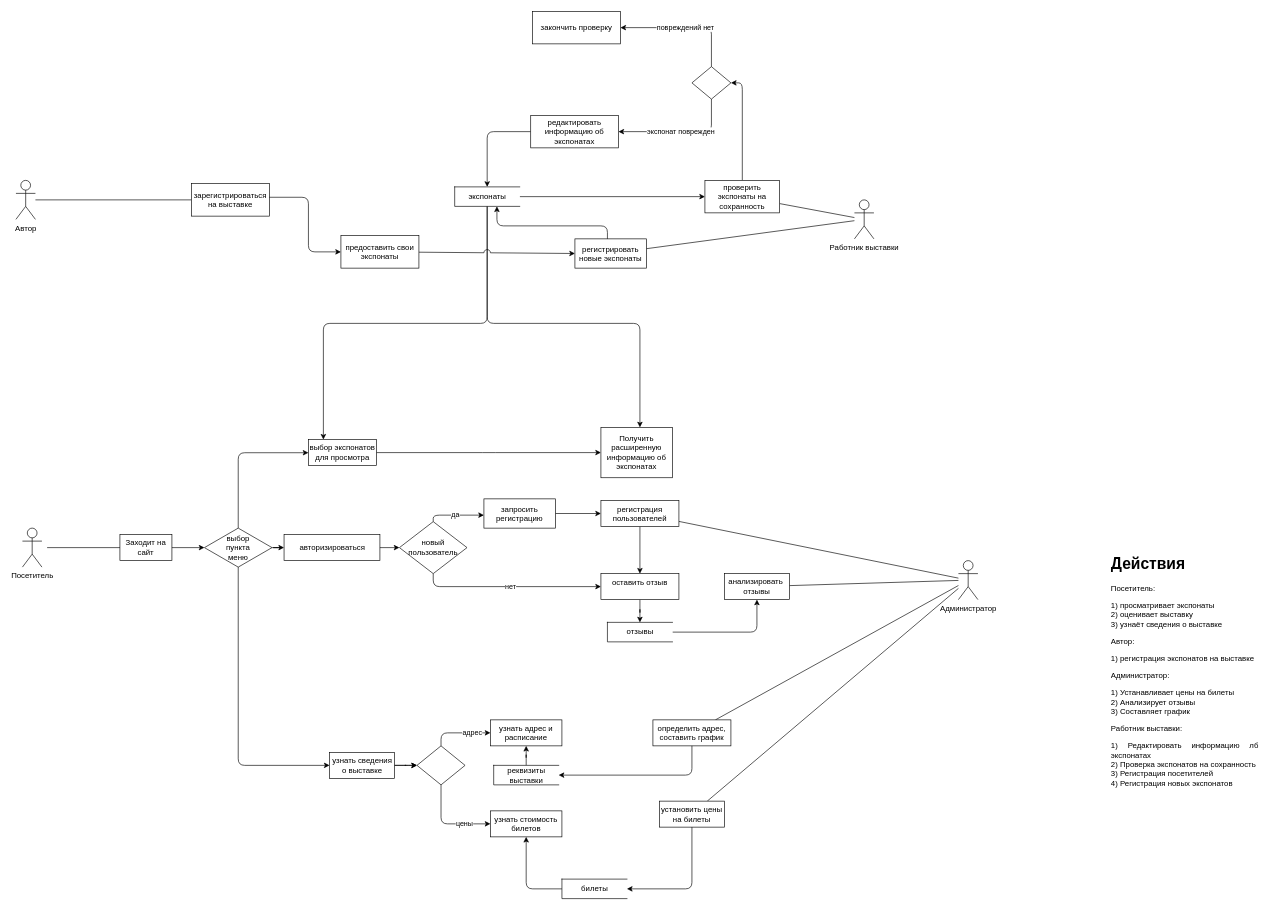
Before: page "Page-1" (1 of 3) of Diagrams/DFD_use-case.drawio in OlgaMats/-, a draw.io diagram. Source tidied: cells renumbered, new cells numbered last; positions are measured from the earlier drawing's top-left corner, leaving out a move shared by most shapes. Both pictures are drawn from the tidied source at 65%, with x=0, y=0 at pixel (16, 11).
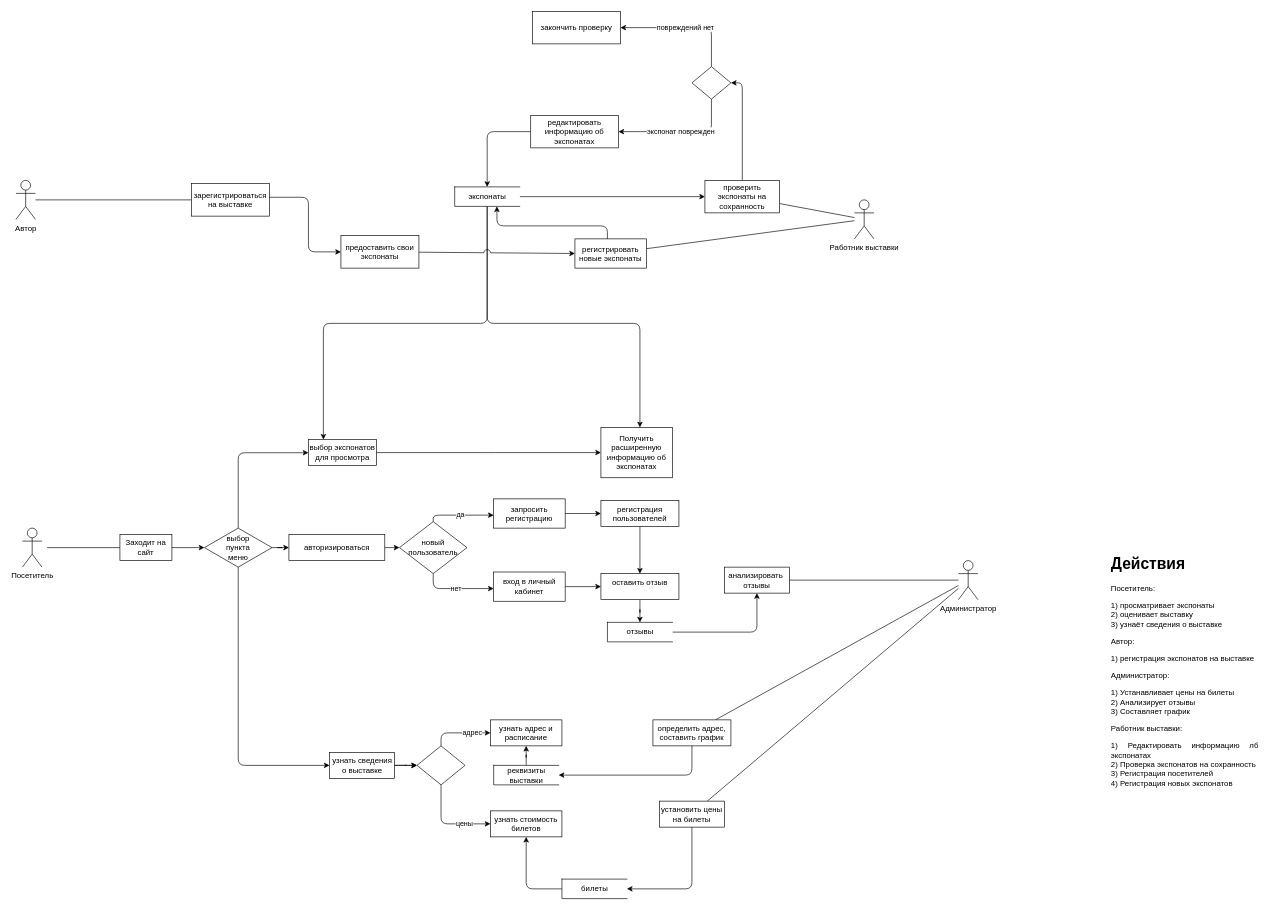
The same diagram, later.

The change refers to these unchanged cells:
```xml
<mxCell id="26" value="Администратор" style="shape=umlActor;verticalLabelPosition=bottom;verticalAlign=top;html=1;outlineConnect=0;fontSize=12;strokeWidth=1;" parent="1" vertex="1">
  <mxGeometry x="1450" y="845" width="30" height="60" as="geometry" />
</mxCell>
<mxCell id="49" value="новый пользователь" style="strokeWidth=1;html=1;shape=mxgraph.flowchart.decision;whiteSpace=wrap;" parent="1" vertex="1">
  <mxGeometry x="590" y="785" width="104" height="80" as="geometry" />
</mxCell>
<mxCell id="53" value="регистрация пользователей" style="whiteSpace=wrap;html=1;verticalAlign=top;strokeWidth=1;" parent="1" vertex="1">
  <mxGeometry x="900" y="752.5" width="120" height="40" as="geometry" />
</mxCell>
<mxCell id="55" value="оставить отзыв" style="whiteSpace=wrap;html=1;verticalAlign=top;strokeWidth=1;" parent="1" vertex="1">
  <mxGeometry x="900" y="865" width="120" height="40" as="geometry" />
</mxCell>
```

The edit, as a diff of the source:
```diff
@@
     <mxCell id="16" value="авторизироваться" style="rounded=0;whiteSpace=wrap;html=1;hachureGap=4;strokeWidth=1;" parent="1" vertex="1">
-      <mxGeometry x="412.5" y="805" width="147.5" height="40" as="geometry" />
+      <mxGeometry x="420" y="805" width="147.5" height="40" as="geometry" />
     </mxCell>
@@
-    <mxCell id="25" style="jettySize=auto;html=1;endArrow=none;endFill=0;" parent="1" edge="1" source="26" target="53">
-      <mxGeometry relative="1" as="geometry" />
-    </mxCell>
@@
     <mxCell id="30" value="анализировать&amp;nbsp;&lt;br&gt;отзывы" style="rounded=0;whiteSpace=wrap;html=1;hachureGap=4;strokeWidth=1;" parent="1" vertex="1">
-      <mxGeometry x="1090" y="865" width="100" height="40" as="geometry" />
+      <mxGeometry x="1090" y="855" width="100" height="40" as="geometry" />
     </mxCell>
@@
-    <mxCell id="47" value="да" style="edgeStyle=orthogonalEdgeStyle;jettySize=auto;html=1;endArrow=classic;endFill=1;" parent="1" edge="1" source="49">
+    <mxCell id="47" value="да" style="edgeStyle=orthogonalEdgeStyle;jettySize=auto;html=1;endArrow=classic;endFill=1;" parent="1" edge="1" source="49" target="51">
       <mxGeometry relative="1" as="geometry">
-        <mxPoint x="720" y="775" as="targetPoint" />
         <Array as="points">
           <mxPoint x="642" y="775" />
         </Array>
       </mxGeometry>
     </mxCell>
-    <mxCell id="48" value="нет" style="edgeStyle=orthogonalEdgeStyle;jettySize=auto;html=1;endFill=1;" parent="1" edge="1" source="49" target="55">
+    <mxCell id="48" value="нет" style="edgeStyle=orthogonalEdgeStyle;jettySize=auto;html=1;endFill=1;" parent="1" edge="1" source="49" target="74">
       <mxGeometry relative="1" as="geometry">
         <Array as="points">
-          <mxPoint x="642" y="885" />
-          <mxPoint x="960" y="885" />
+          <mxPoint x="642" y="888" />
         </Array>
       </mxGeometry>
     </mxCell>
@@
     <mxCell id="51" value="запросить регистрацию" style="rounded=0;whiteSpace=wrap;html=1;hachureGap=4;strokeWidth=1;" parent="1" vertex="1">
-      <mxGeometry x="720" y="750" width="110" height="45" as="geometry" />
+      <mxGeometry x="735" y="750" width="110" height="45" as="geometry" />
     </mxCell>
@@
+    <mxCell id="73" style="edgeStyle=orthogonalEdgeStyle;rounded=1;jettySize=auto;html=1;" parent="1" edge="1" source="74" target="55">
+      <mxGeometry relative="1" as="geometry" />
+    </mxCell>
+    <mxCell id="74" value="вход в личный кабинет" style="rounded=0;whiteSpace=wrap;html=1;hachureGap=4;strokeWidth=1;" parent="1" vertex="1">
+      <mxGeometry x="735" y="862.5" width="110" height="45" as="geometry" />
+    </mxCell>
```
